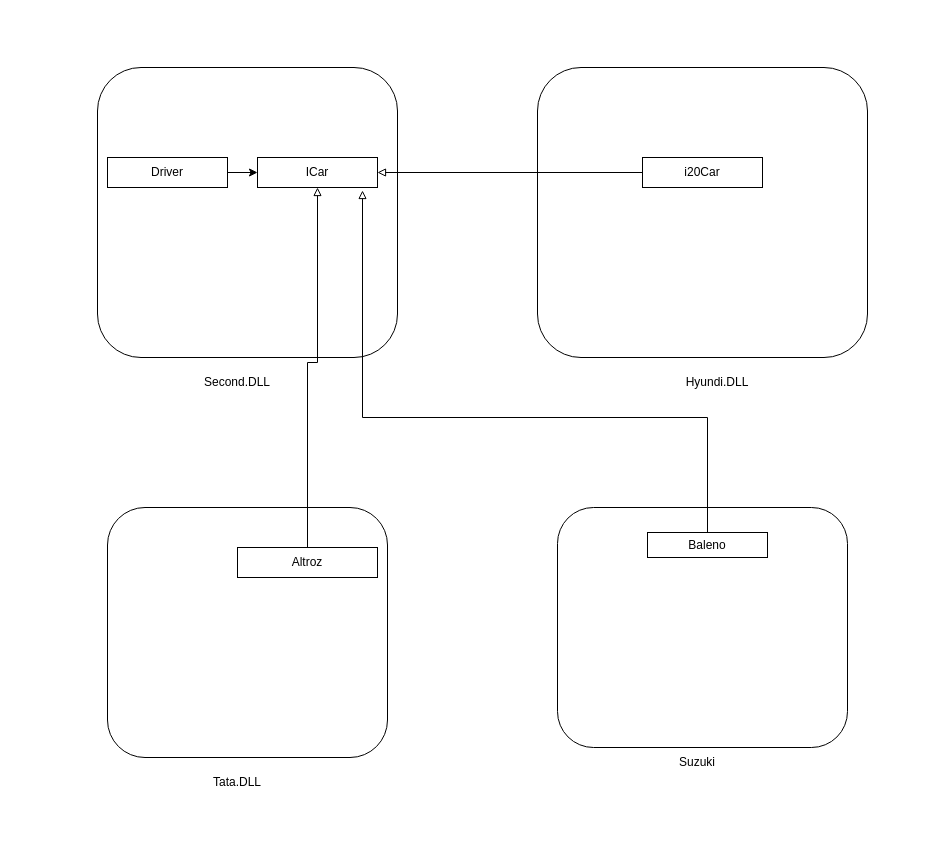
This is IOC.drawio from AmolSJawalkar/DrawIO, a draw.io file, before an edit. Source tidied: cells renumbered, new cells numbered last; positions are measured from the earlier drawing's top-left corner, leaving out a move shared by most shapes. Both pictures are drawn from the tidied source at 100%, with x=0, y=0 at pixel (97, 67).
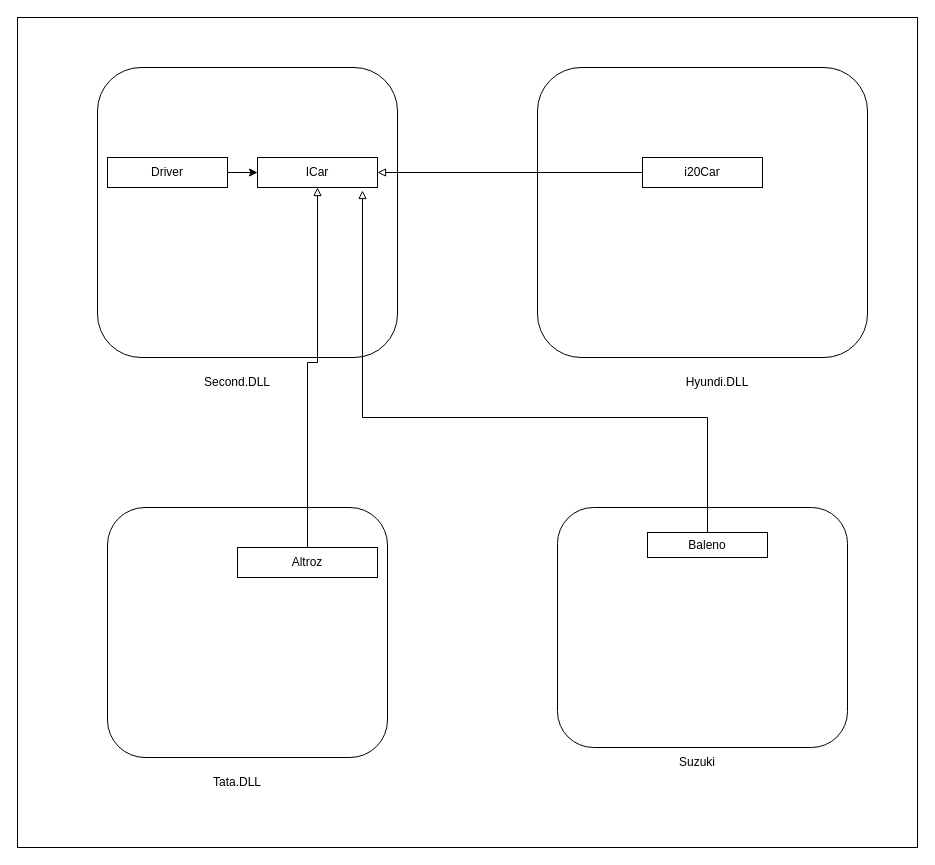
The same page after the edit.

What changed in the source:
```diff
@@
+    <mxCell id="19" style="rounded=0;whiteSpace=wrap;html=1;" parent="1" vertex="1">
+      <mxGeometry x="-80" y="-50" width="900" height="830" as="geometry" />
+    </mxCell>
```
